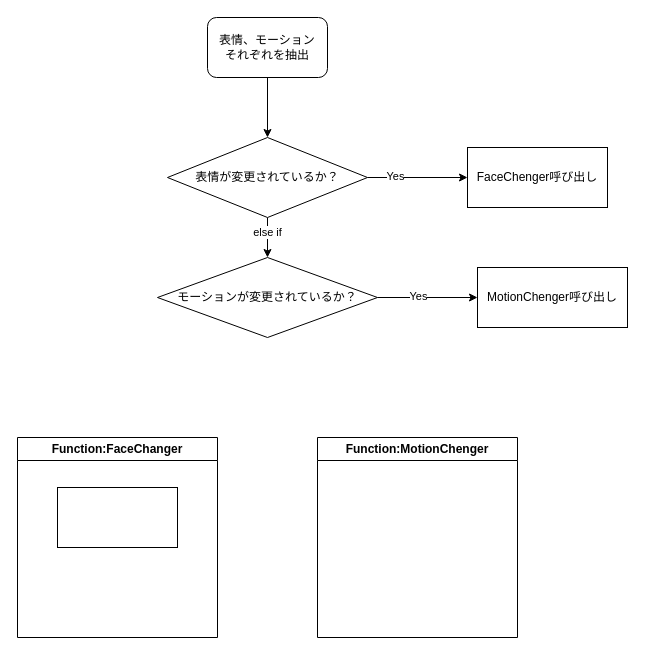
robotKR/kotoha keeps this draw.io diagram as page "ChangeAnimation" (10 of 10) of kotoha.drawio. Above is the earlier version. Source tidied: cells renumbered, new cells numbered last; positions are measured from the earlier drawing's top-left corner, leaving out a move shared by most shapes. Both pictures are drawn from the tidied source at 100%, with x=0, y=0 at pixel (17, 17).
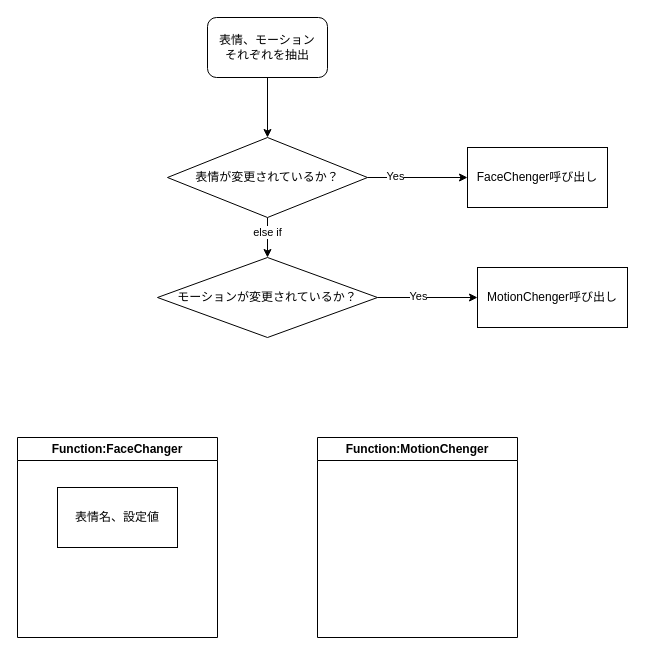
The same diagram, later.

Commit message:
kotoha.drawio を更新します

The edit, as a diff of the source:
```diff
@@
 <mxGraphModel>
   <root>
     <mxCell id="0" />
     <mxCell id="1" parent="0" />
     <mxCell id="2" style="edgeStyle=orthogonalEdgeStyle;rounded=0;jettySize=auto;html=1;" parent="1" edge="1" source="3" target="11">
       <mxGeometry relative="1" as="geometry" />
     </mxCell>
     <mxCell id="3" value="表情、モーション&lt;br&gt;それぞれを抽出" style="rounded=1;whiteSpace=wrap;html=1;" parent="1" vertex="1">
       <mxGeometry x="190" width="120" height="60" as="geometry" />
     </mxCell>
     <mxCell id="4" value="Function:FaceChanger" style="swimlane;whiteSpace=wrap;html=1;" parent="1" vertex="1">
       <mxGeometry y="420" width="200" height="200" as="geometry" />
     </mxCell>
-    <mxCell id="5" style="whiteSpace=wrap;html=1;" parent="4" vertex="1">
+    <mxCell id="5" value="表情名、設定値" style="whiteSpace=wrap;html=1;" parent="4" vertex="1">
       <mxGeometry x="40" y="50" width="120" height="60" as="geometry" />
     </mxCell>
     <mxCell id="6" value="Function:MotionChenger" style="swimlane;whiteSpace=wrap;html=1;" parent="1" vertex="1">
       <mxGeometry x="300" y="420" width="200" height="200" as="geometry" />
     </mxCell>
     <mxCell id="7" style="edgeStyle=orthogonalEdgeStyle;rounded=0;jettySize=auto;html=1;" parent="1" edge="1" source="11" target="14">
       <mxGeometry relative="1" as="geometry" />
     </mxCell>
     <mxCell id="8" value="else if" style="edgeLabel;html=1;align=center;verticalAlign=middle;" parent="7" vertex="1">
       <mxGeometry x="-0.28" y="-1" relative="1" as="geometry" />
     </mxCell>
     <mxCell id="9" style="edgeStyle=orthogonalEdgeStyle;rounded=0;jettySize=auto;html=1;" parent="1" edge="1" source="11" target="15">
       <mxGeometry relative="1" as="geometry" />
     </mxCell>
     <mxCell id="10" value="Yes" style="edgeLabel;html=1;align=center;verticalAlign=middle;" parent="9" vertex="1">
       <mxGeometry x="-0.47" y="2" relative="1" as="geometry" />
     </mxCell>
     <mxCell id="11" value="表情が変更されているか？" style="rhombus;whiteSpace=wrap;html=1;rounded=0;" parent="1" vertex="1">
       <mxGeometry x="150" y="120" width="200" height="80" as="geometry" />
     </mxCell>
     <mxCell id="12" style="edgeStyle=orthogonalEdgeStyle;rounded=0;jettySize=auto;html=1;" parent="1" edge="1" source="14" target="16">
       <mxGeometry relative="1" as="geometry" />
     </mxCell>
     <mxCell id="13" value="Yes" style="edgeLabel;html=1;align=center;verticalAlign=middle;" parent="12" vertex="1">
       <mxGeometry x="-0.21" y="2" relative="1" as="geometry" />
     </mxCell>
     <mxCell id="14" value="モーションが変更されているか？" style="rhombus;whiteSpace=wrap;html=1;" parent="1" vertex="1">
       <mxGeometry x="140" y="240" width="220" height="80" as="geometry" />
     </mxCell>
     <mxCell id="15" value="FaceChenger呼び出し" style="whiteSpace=wrap;html=1;rounded=0;" parent="1" vertex="1">
       <mxGeometry x="450" y="130" width="140" height="60" as="geometry" />
     </mxCell>
     <mxCell id="16" value="MotionChenger呼び出し" style="whiteSpace=wrap;html=1;" parent="1" vertex="1">
       <mxGeometry x="460" y="250" width="150" height="60" as="geometry" />
     </mxCell>
   </root>
 </mxGraphModel>
```
